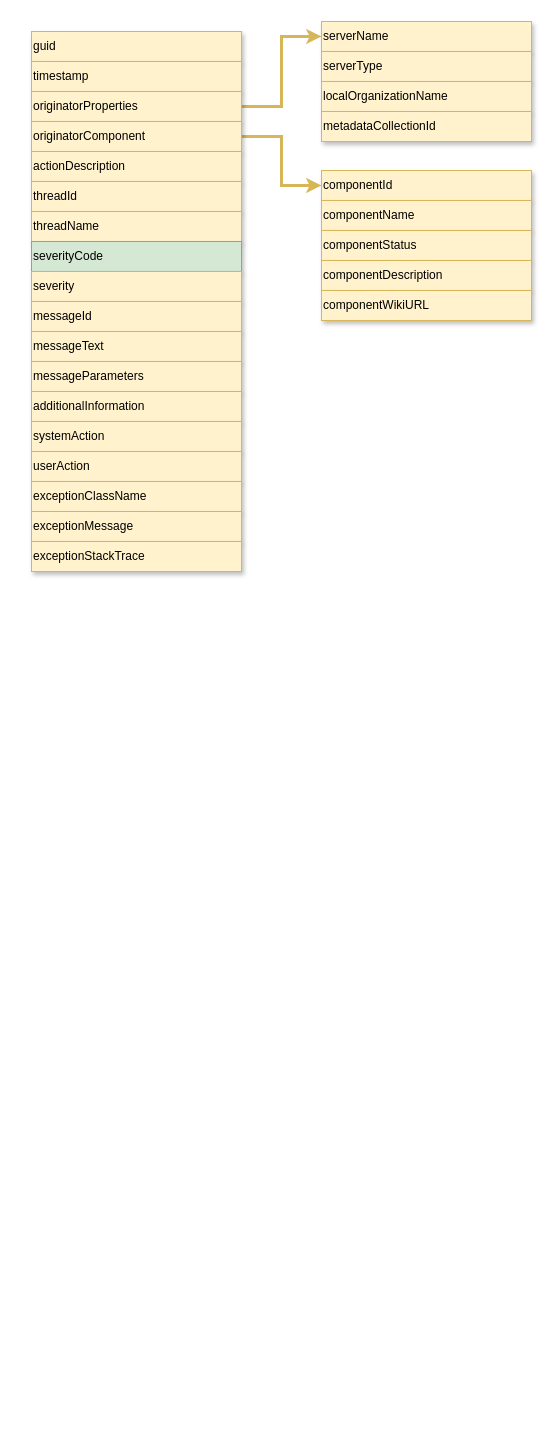
This is page "audit-record-structure" (2 of 2) of site/docs/frameworks/alf/audit-log-framework.drawio from odpi/egeria-docs, a draw.io file, before an edit. Source tidied: cells renumbered, new cells numbered last; positions are measured from the earlier drawing's top-left corner, leaving out a move shared by most shapes. Both pictures are drawn from the tidied source at 100%, with x=0, y=0 at pixel (31, 21).
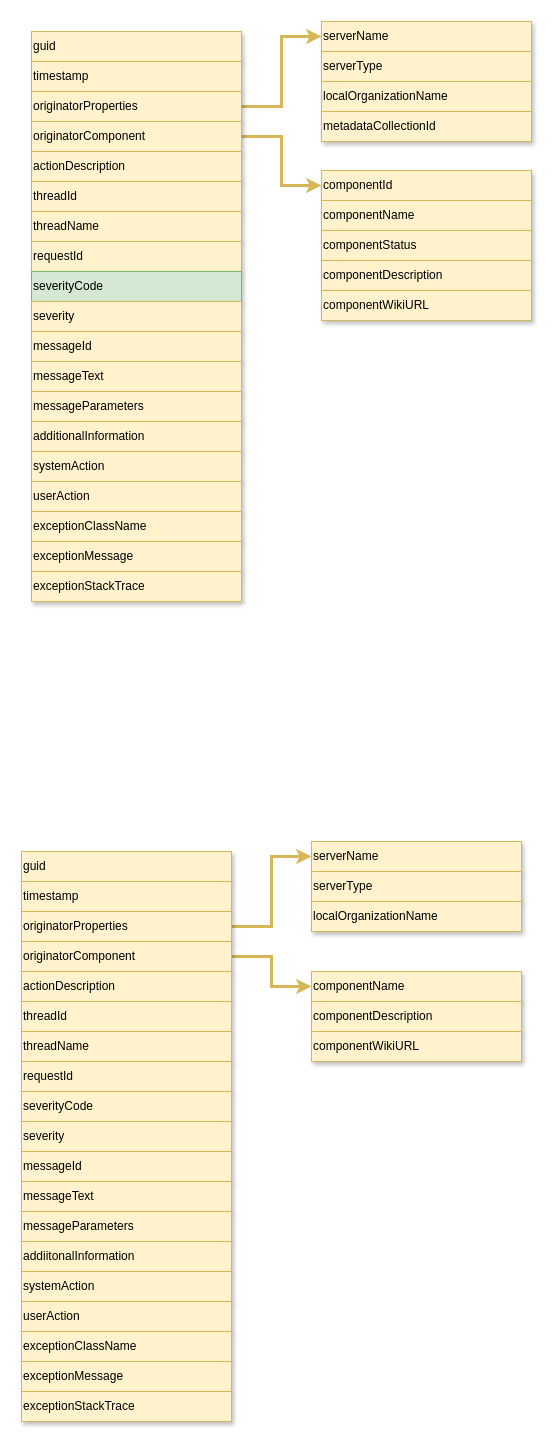
Above is the later version.

The edit, as a diff of the source:
```diff
@@
+    <mxCell id="24" value="serverType" style="rounded=0;whiteSpace=wrap;html=1;align=left;fillColor=#fff2cc;strokeColor=#d6b656;shadow=1;" parent="1" vertex="1">
+      <mxGeometry x="290" y="30" width="210" height="30" as="geometry" />
+    </mxCell>
+    <mxCell id="25" value="localOrganizationName" style="rounded=0;whiteSpace=wrap;html=1;align=left;fillColor=#fff2cc;strokeColor=#d6b656;shadow=1;" parent="1" vertex="1">
+      <mxGeometry x="290" y="60" width="210" height="30" as="geometry" />
+    </mxCell>
+    <mxCell id="26" value="componentName" style="rounded=0;whiteSpace=wrap;html=1;align=left;fillColor=#fff2cc;strokeColor=#d6b656;shadow=1;" parent="1" vertex="1">
+      <mxGeometry x="290" y="179" width="210" height="30" as="geometry" />
+    </mxCell>
+    <mxCell id="27" value="componentStatus" style="rounded=0;whiteSpace=wrap;html=1;align=left;fillColor=#fff2cc;strokeColor=#d6b656;shadow=1;" parent="1" vertex="1">
+      <mxGeometry x="290" y="209" width="210" height="30" as="geometry" />
+    </mxCell>
+    <mxCell id="28" value="componentDescription" style="rounded=0;whiteSpace=wrap;html=1;align=left;fillColor=#fff2cc;strokeColor=#d6b656;shadow=1;" parent="1" vertex="1">
+      <mxGeometry x="290" y="239" width="210" height="30" as="geometry" />
+    </mxCell>
+    <mxCell id="29" value="componentWikiURL" style="rounded=0;whiteSpace=wrap;html=1;align=left;fillColor=#fff2cc;strokeColor=#d6b656;shadow=1;" parent="1" vertex="1">
+      <mxGeometry x="290" y="269" width="210" height="30" as="geometry" />
+    </mxCell>
+    <mxCell id="30" value="metadataCollectionId" style="rounded=0;whiteSpace=wrap;html=1;align=left;fillColor=#fff2cc;strokeColor=#d6b656;shadow=1;" parent="1" vertex="1">
+      <mxGeometry x="290" y="90" width="210" height="30" as="geometry" />
+    </mxCell>
+    <mxCell id="31" value="guid" style="rounded=0;whiteSpace=wrap;html=1;align=left;fillColor=#fff2cc;strokeColor=#d6b656;shadow=1;" parent="1" vertex="1">
+      <mxGeometry x="-10" y="830" width="210" height="30" as="geometry" />
+    </mxCell>
+    <mxCell id="32" value="timestamp" style="rounded=0;whiteSpace=wrap;html=1;align=left;fillColor=#fff2cc;strokeColor=#d6b656;shadow=1;" parent="1" vertex="1">
+      <mxGeometry x="-10" y="860" width="210" height="30" as="geometry" />
+    </mxCell>
+    <mxCell id="33" style="edgeStyle=orthogonalEdgeStyle;rounded=0;jettySize=auto;html=1;entryX=0;entryY=0.5;entryDx=0;entryDy=0;fillColor=#fff2cc;strokeColor=#d6b656;shadow=0;strokeWidth=3;" parent="1" edge="1" source="34" target="35">
+      <mxGeometry relative="1" as="geometry" />
+    </mxCell>
+    <mxCell id="34" value="originatorProperties" style="rounded=0;whiteSpace=wrap;html=1;align=left;fillColor=#fff2cc;strokeColor=#d6b656;shadow=1;" parent="1" vertex="1">
+      <mxGeometry x="-10" y="890" width="210" height="30" as="geometry" />
+    </mxCell>
+    <mxCell id="35" value="serverName" style="rounded=0;whiteSpace=wrap;html=1;align=left;fillColor=#fff2cc;strokeColor=#d6b656;shadow=1;" parent="1" vertex="1">
+      <mxGeometry x="280" y="820" width="210" height="30" as="geometry" />
+    </mxCell>
+    <mxCell id="36" style="edgeStyle=orthogonalEdgeStyle;rounded=0;jettySize=auto;html=1;fillColor=#fff2cc;strokeColor=#d6b656;shadow=0;strokeWidth=3;" parent="1" edge="1" source="37" target="38">
+      <mxGeometry relative="1" as="geometry" />
+    </mxCell>
+    <mxCell id="37" value="originatorComponent" style="rounded=0;whiteSpace=wrap;html=1;align=left;fillColor=#fff2cc;strokeColor=#d6b656;shadow=1;" parent="1" vertex="1">
+      <mxGeometry x="-10" y="920" width="210" height="30" as="geometry" />
+    </mxCell>
+    <mxCell id="38" value="componentName" style="rounded=0;whiteSpace=wrap;html=1;align=left;fillColor=#fff2cc;strokeColor=#d6b656;shadow=1;" parent="1" vertex="1">
+      <mxGeometry x="280" y="950" width="210" height="30" as="geometry" />
+    </mxCell>
+    <mxCell id="39" value="actionDescription" style="rounded=0;whiteSpace=wrap;html=1;align=left;fillColor=#fff2cc;strokeColor=#d6b656;shadow=1;" parent="1" vertex="1">
+      <mxGeometry x="-10" y="950" width="210" height="30" as="geometry" />
+    </mxCell>
+    <mxCell id="40" value="threadId" style="rounded=0;whiteSpace=wrap;html=1;align=left;fillColor=#fff2cc;strokeColor=#d6b656;shadow=1;" parent="1" vertex="1">
+      <mxGeometry x="-10" y="980" width="210" height="30" as="geometry" />
+    </mxCell>
+    <mxCell id="41" value="threadName" style="rounded=0;whiteSpace=wrap;html=1;align=left;fillColor=#fff2cc;strokeColor=#d6b656;shadow=1;" parent="1" vertex="1">
+      <mxGeometry x="-10" y="1010" width="210" height="30" as="geometry" />
+    </mxCell>
+    <mxCell id="42" value="serverType" style="rounded=0;whiteSpace=wrap;html=1;align=left;fillColor=#fff2cc;strokeColor=#d6b656;shadow=1;" parent="1" vertex="1">
+      <mxGeometry x="280" y="850" width="210" height="30" as="geometry" />
+    </mxCell>
+    <mxCell id="43" value="localOrganizationName" style="rounded=0;whiteSpace=wrap;html=1;align=left;fillColor=#fff2cc;strokeColor=#d6b656;shadow=1;" parent="1" vertex="1">
+      <mxGeometry x="280" y="880" width="210" height="30" as="geometry" />
+    </mxCell>
+    <mxCell id="44" value="componentDescription" style="rounded=0;whiteSpace=wrap;html=1;align=left;fillColor=#fff2cc;strokeColor=#d6b656;shadow=1;" parent="1" vertex="1">
+      <mxGeometry x="280" y="980" width="210" height="30" as="geometry" />
+    </mxCell>
+    <mxCell id="45" value="componentWikiURL" style="rounded=0;whiteSpace=wrap;html=1;align=left;fillColor=#fff2cc;strokeColor=#d6b656;shadow=1;" parent="1" vertex="1">
+      <mxGeometry x="280" y="1010" width="210" height="30" as="geometry" />
+    </mxCell>
+    <mxCell id="46" value="requestId" style="rounded=0;whiteSpace=wrap;html=1;align=left;fillColor=#fff2cc;strokeColor=#d6b656;shadow=1;" parent="1" vertex="1">
+      <mxGeometry x="-10" y="1040" width="210" height="30" as="geometry" />
+    </mxCell>
+    <mxCell id="47" value="severityCode" style="rounded=0;whiteSpace=wrap;html=1;align=left;fillColor=#fff2cc;strokeColor=#d6b656;shadow=1;" parent="1" vertex="1">
+      <mxGeometry x="-10" y="1070" width="210" height="30" as="geometry" />
+    </mxCell>
+    <mxCell id="48" value="severity" style="rounded=0;whiteSpace=wrap;html=1;align=left;fillColor=#fff2cc;strokeColor=#d6b656;shadow=1;" parent="1" vertex="1">
+      <mxGeometry x="-10" y="1100" width="210" height="30" as="geometry" />
+    </mxCell>
+    <mxCell id="49" value="messageId" style="rounded=0;whiteSpace=wrap;html=1;align=left;fillColor=#fff2cc;strokeColor=#d6b656;shadow=1;" parent="1" vertex="1">
+      <mxGeometry x="-10" y="1130" width="210" height="30" as="geometry" />
+    </mxCell>
+    <mxCell id="50" value="messageText" style="rounded=0;whiteSpace=wrap;html=1;align=left;fillColor=#fff2cc;strokeColor=#d6b656;shadow=1;" parent="1" vertex="1">
+      <mxGeometry x="-10" y="1160" width="210" height="30" as="geometry" />
+    </mxCell>
+    <mxCell id="51" value="messageParameters" style="rounded=0;whiteSpace=wrap;html=1;align=left;fillColor=#fff2cc;strokeColor=#d6b656;shadow=1;" parent="1" vertex="1">
+      <mxGeometry x="-10" y="1190" width="210" height="30" as="geometry" />
+    </mxCell>
+    <mxCell id="52" value="addiitonalInformation" style="rounded=0;whiteSpace=wrap;html=1;align=left;fillColor=#fff2cc;strokeColor=#d6b656;shadow=1;" parent="1" vertex="1">
+      <mxGeometry x="-10" y="1220" width="210" height="30" as="geometry" />
+    </mxCell>
+    <mxCell id="53" value="systemAction" style="rounded=0;whiteSpace=wrap;html=1;align=left;fillColor=#fff2cc;strokeColor=#d6b656;shadow=1;" parent="1" vertex="1">
+      <mxGeometry x="-10" y="1250" width="210" height="30" as="geometry" />
+    </mxCell>
+    <mxCell id="54" value="userAction" style="rounded=0;whiteSpace=wrap;html=1;align=left;fillColor=#fff2cc;strokeColor=#d6b656;shadow=1;" parent="1" vertex="1">
+      <mxGeometry x="-10" y="1280" width="210" height="30" as="geometry" />
+    </mxCell>
+    <mxCell id="55" value="exceptionClassName" style="rounded=0;whiteSpace=wrap;html=1;align=left;fillColor=#fff2cc;strokeColor=#d6b656;shadow=1;" parent="1" vertex="1">
+      <mxGeometry x="-10" y="1310" width="210" height="30" as="geometry" />
+    </mxCell>
+    <mxCell id="56" value="exceptionMessage" style="rounded=0;whiteSpace=wrap;html=1;align=left;fillColor=#fff2cc;strokeColor=#d6b656;shadow=1;" parent="1" vertex="1">
+      <mxGeometry x="-10" y="1340" width="210" height="30" as="geometry" />
+    </mxCell>
+    <mxCell id="57" value="exceptionStackTrace" style="rounded=0;whiteSpace=wrap;html=1;align=left;fillColor=#fff2cc;strokeColor=#d6b656;shadow=1;" parent="1" vertex="1">
+      <mxGeometry x="-10" y="1370" width="210" height="30" as="geometry" />
+    </mxCell>
+    <mxCell id="58" value="requestId" style="rounded=0;whiteSpace=wrap;html=1;align=left;fillColor=#fff2cc;strokeColor=#d6b656;shadow=1;" parent="1" vertex="1">
+      <mxGeometry y="220" width="210" height="30" as="geometry" />
+    </mxCell>
     <mxCell id="13" value="severityCode" style="rounded=0;whiteSpace=wrap;html=1;align=left;fillColor=#d5e8d4;strokeColor=#82b366;shadow=1;" parent="1" vertex="1">
-      <mxGeometry y="220" width="210" height="30" as="geometry" />
+      <mxGeometry y="250" width="210" height="30" as="geometry" />
     </mxCell>
     <mxCell id="14" value="severity" style="rounded=0;whiteSpace=wrap;html=1;align=left;fillColor=#fff2cc;strokeColor=#d6b656;shadow=1;" parent="1" vertex="1">
-      <mxGeometry y="250" width="210" height="30" as="geometry" />
+      <mxGeometry y="280" width="210" height="30" as="geometry" />
     </mxCell>
     <mxCell id="15" value="messageId" style="rounded=0;whiteSpace=wrap;html=1;align=left;fillColor=#fff2cc;strokeColor=#d6b656;shadow=1;" parent="1" vertex="1">
-      <mxGeometry y="280" width="210" height="30" as="geometry" />
+      <mxGeometry y="310" width="210" height="30" as="geometry" />
     </mxCell>
     <mxCell id="16" value="messageText" style="rounded=0;whiteSpace=wrap;html=1;align=left;fillColor=#fff2cc;strokeColor=#d6b656;shadow=1;" parent="1" vertex="1">
-      <mxGeometry y="310" width="210" height="30" as="geometry" />
+      <mxGeometry y="340" width="210" height="30" as="geometry" />
     </mxCell>
     <mxCell id="17" value="messageParameters" style="rounded=0;whiteSpace=wrap;html=1;align=left;fillColor=#fff2cc;strokeColor=#d6b656;shadow=1;" parent="1" vertex="1">
-      <mxGeometry y="340" width="210" height="30" as="geometry" />
+      <mxGeometry y="370" width="210" height="30" as="geometry" />
     </mxCell>
     <mxCell id="18" value="additionalInformation" style="rounded=0;whiteSpace=wrap;html=1;align=left;fillColor=#fff2cc;strokeColor=#d6b656;shadow=1;" parent="1" vertex="1">
-      <mxGeometry y="370" width="210" height="30" as="geometry" />
+      <mxGeometry y="400" width="210" height="30" as="geometry" />
     </mxCell>
     <mxCell id="19" value="systemAction" style="rounded=0;whiteSpace=wrap;html=1;align=left;fillColor=#fff2cc;strokeColor=#d6b656;shadow=1;" parent="1" vertex="1">
-      <mxGeometry y="400" width="210" height="30" as="geometry" />
+      <mxGeometry y="430" width="210" height="30" as="geometry" />
     </mxCell>
     <mxCell id="20" value="userAction" style="rounded=0;whiteSpace=wrap;html=1;align=left;fillColor=#fff2cc;strokeColor=#d6b656;shadow=1;" parent="1" vertex="1">
-      <mxGeometry y="430" width="210" height="30" as="geometry" />
+      <mxGeometry y="460" width="210" height="30" as="geometry" />
     </mxCell>
     <mxCell id="21" value="exceptionClassName" style="rounded=0;whiteSpace=wrap;html=1;align=left;fillColor=#fff2cc;strokeColor=#d6b656;shadow=1;" parent="1" vertex="1">
-      <mxGeometry y="460" width="210" height="30" as="geometry" />
+      <mxGeometry y="490" width="210" height="30" as="geometry" />
     </mxCell>
     <mxCell id="22" value="exceptionMessage" style="rounded=0;whiteSpace=wrap;html=1;align=left;fillColor=#fff2cc;strokeColor=#d6b656;shadow=1;" parent="1" vertex="1">
-      <mxGeometry y="490" width="210" height="30" as="geometry" />
+      <mxGeometry y="520" width="210" height="30" as="geometry" />
     </mxCell>
     <mxCell id="23" value="exceptionStackTrace" style="rounded=0;whiteSpace=wrap;html=1;align=left;fillColor=#fff2cc;strokeColor=#d6b656;shadow=1;" parent="1" vertex="1">
-      <mxGeometry y="520" width="210" height="30" as="geometry" />
+      <mxGeometry y="550" width="210" height="30" as="geometry" />
     </mxCell>
-    <mxCell id="24" value="serverType" style="rounded=0;whiteSpace=wrap;html=1;align=left;fillColor=#fff2cc;strokeColor=#d6b656;shadow=1;" parent="1" vertex="1">
-      <mxGeometry x="290" y="30" width="210" height="30" as="geometry" />
-    </mxCell>
-    <mxCell id="25" value="localOrganizationName" style="rounded=0;whiteSpace=wrap;html=1;align=left;fillColor=#fff2cc;strokeColor=#d6b656;shadow=1;" parent="1" vertex="1">
-      <mxGeometry x="290" y="60" width="210" height="30" as="geometry" />
-    </mxCell>
-    <mxCell id="26" value="componentName" style="rounded=0;whiteSpace=wrap;html=1;align=left;fillColor=#fff2cc;strokeColor=#d6b656;shadow=1;" parent="1" vertex="1">
-      <mxGeometry x="290" y="179" width="210" height="30" as="geometry" />
-    </mxCell>
-    <mxCell id="27" value="componentStatus" style="rounded=0;whiteSpace=wrap;html=1;align=left;fillColor=#fff2cc;strokeColor=#d6b656;shadow=1;" parent="1" vertex="1">
-      <mxGeometry x="290" y="209" width="210" height="30" as="geometry" />
-    </mxCell>
-    <mxCell id="28" value="componentDescription" style="rounded=0;whiteSpace=wrap;html=1;align=left;fillColor=#fff2cc;strokeColor=#d6b656;shadow=1;" parent="1" vertex="1">
-      <mxGeometry x="290" y="239" width="210" height="30" as="geometry" />
-    </mxCell>
-    <mxCell id="29" value="componentWikiURL" style="rounded=0;whiteSpace=wrap;html=1;align=left;fillColor=#fff2cc;strokeColor=#d6b656;shadow=1;" parent="1" vertex="1">
-      <mxGeometry x="290" y="269" width="210" height="30" as="geometry" />
-    </mxCell>
-    <mxCell id="30" value="metadataCollectionId" style="rounded=0;whiteSpace=wrap;html=1;align=left;fillColor=#fff2cc;strokeColor=#d6b656;shadow=1;" parent="1" vertex="1">
-      <mxGeometry x="290" y="90" width="210" height="30" as="geometry" />
-    </mxCell>
```
